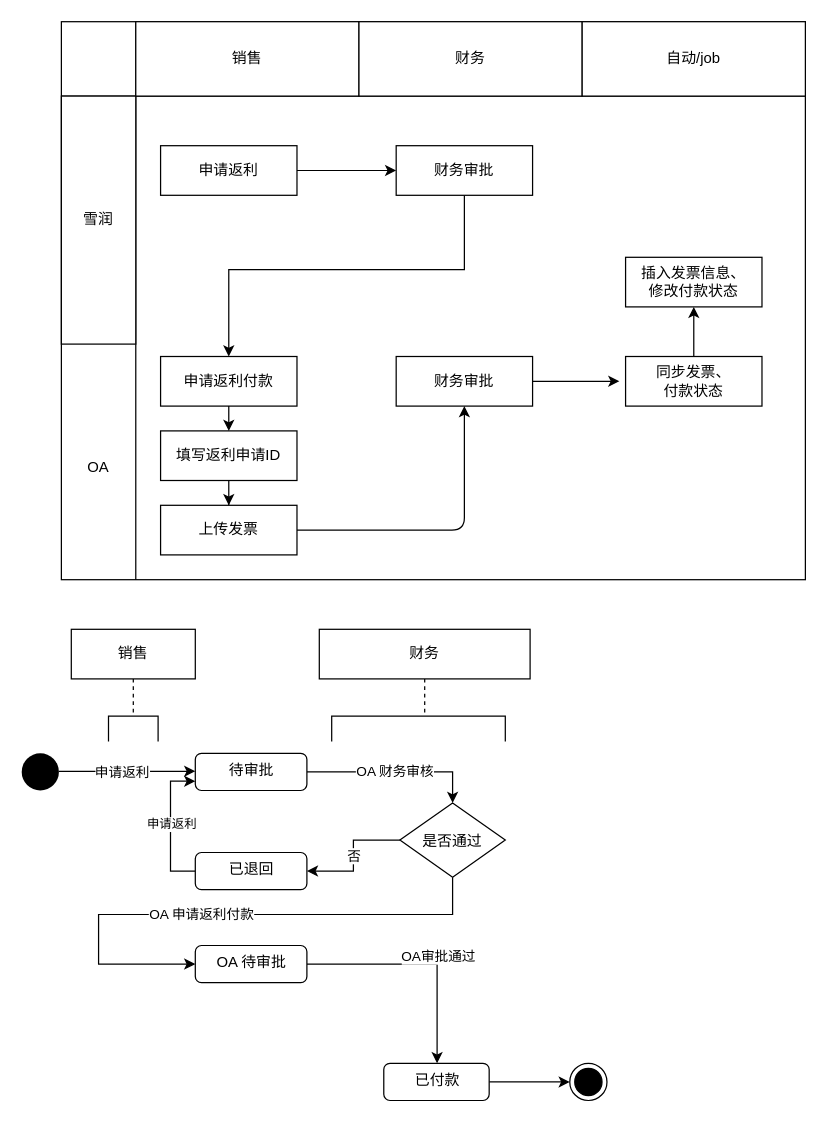
easefulfil/CLOUDCARE keeps this draw.io diagram as page "返利申请" (7 of 7) of shrine-doc/云资源业务流程.drawio. Above is the earlier version. Source tidied: cells renumbered, new cells numbered last; positions are measured from the earlier drawing's top-left corner, leaving out a move shared by most shapes. Both pictures are drawn from the tidied source at 124%, with x=0, y=0 at pixel (21, 21).
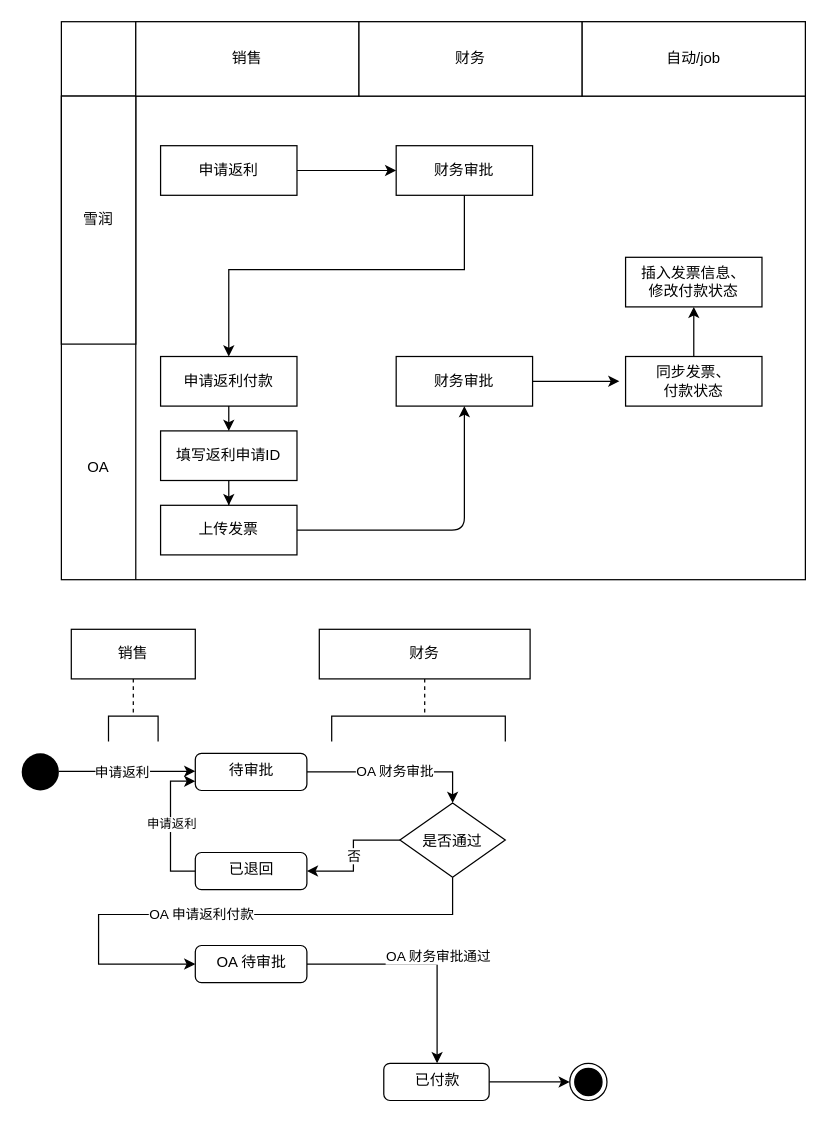
The same diagram, later.

The change refers to these unchanged cells:
```xml
<mxCell id="23" value="待审批" style="html=1;align=center;verticalAlign=top;rounded=1;absoluteArcSize=1;arcSize=10;dashed=0;" parent="1" vertex="1">
  <mxGeometry x="140" y="590" width="90" height="30" as="geometry" />
</mxCell>
<mxCell id="26" style="edgeStyle=orthogonalEdgeStyle;rounded=0;jettySize=auto;html=1;" parent="1" edge="1" source="28">
  <mxGeometry relative="1" as="geometry">
    <mxPoint x="335" y="840" as="targetPoint" />
    <Array as="points">
      <mxPoint x="335" y="760" />
    </Array>
  </mxGeometry>
</mxCell>
<mxCell id="34" value="是否通过" style="rhombus;" parent="1" vertex="1">
  <mxGeometry x="305" y="630" width="85" height="60" as="geometry" />
</mxCell>
```

The edit, as a diff of the source:
```diff
@@
-    <mxCell id="22" value="OA 财务审核" style="edgeStyle=orthogonalEdgeStyle;rounded=0;jettySize=auto;html=1;entryX=0.5;entryY=0;entryDx=0;entryDy=0;" parent="1" edge="1" source="23" target="34">
+    <mxCell id="22" value="OA 财务审批" style="edgeStyle=orthogonalEdgeStyle;rounded=0;jettySize=auto;html=1;entryX=0.5;entryY=0;entryDx=0;entryDy=0;" parent="1" edge="1" source="23" target="34">
       <mxGeometry relative="1" as="geometry" />
     </mxCell>
@@
-    <mxCell id="27" value="OA审批通过" style="edgeLabel;html=1;align=center;verticalAlign=middle;" parent="26" vertex="1">
+    <mxCell id="27" value="OA 财务审批通过" style="edgeLabel;html=1;align=center;verticalAlign=middle;" parent="26" vertex="1">
       <mxGeometry x="0.11" y="-1" relative="1" as="geometry">
         <mxPoint x="2" y="-8" as="offset" />
       </mxGeometry>
     </mxCell>
```
